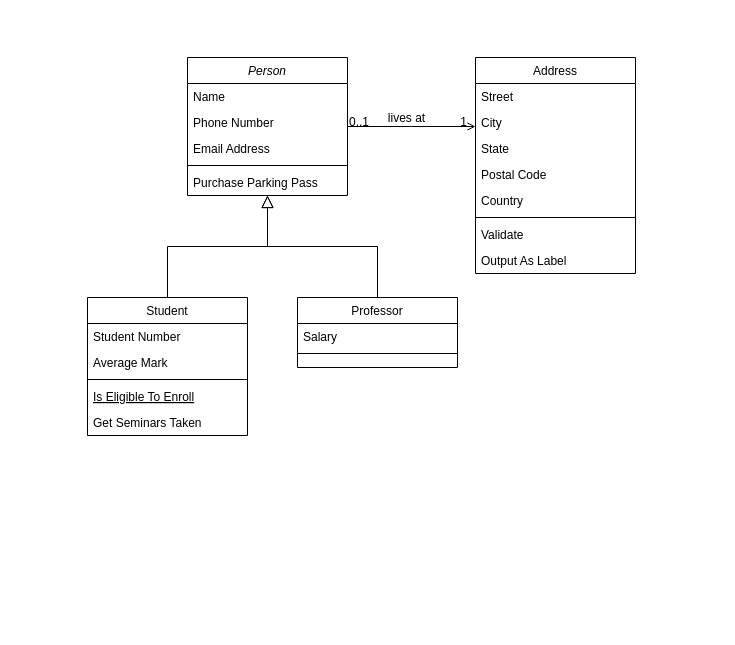
The draw.io diagram test01.drawio in zhoujinghui/default, before the edit. Source tidied: cells renumbered, new cells numbered last; positions are measured from the earlier drawing's top-left corner, leaving out a move shared by most shapes. Both pictures are drawn from the tidied source at 100%, with x=0, y=0 at pixel (87, 57).
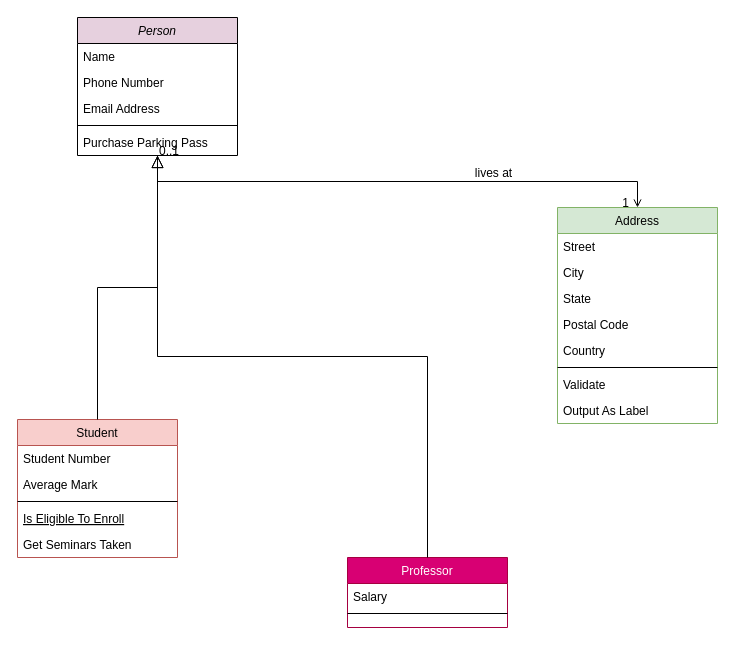
After the change.

Change to the diagram source:
```diff
@@
-    <mxCell id="2" value="Person" style="swimlane;fontStyle=2;align=center;verticalAlign=top;horizontal=1;startSize=26;rounded=0;shadow=0;strokeWidth=1;" parent="1" vertex="1">
-      <mxGeometry x="100" width="160" height="138" as="geometry" />
+    <mxCell id="2" value="Person" style="swimlane;fontStyle=2;align=center;verticalAlign=top;horizontal=1;startSize=26;rounded=0;shadow=0;strokeWidth=1;fillColor=#E6D0DE;" parent="1" vertex="1">
+      <mxGeometry x="-10" y="-40" width="160" height="138" as="geometry" />
     </mxCell>
@@
-    <mxCell id="8" value="Student" style="swimlane;fontStyle=0;align=center;verticalAlign=top;horizontal=1;startSize=26;rounded=0;shadow=0;strokeWidth=1;" parent="1" vertex="1">
-      <mxGeometry y="240" width="160" height="138" as="geometry" />
+    <mxCell id="8" value="Student" style="swimlane;fontStyle=0;align=center;verticalAlign=top;horizontal=1;startSize=26;rounded=0;shadow=0;strokeWidth=1;fillColor=#f8cecc;strokeColor=#b85450;" parent="1" vertex="1">
+      <mxGeometry x="-70" y="362" width="160" height="138" as="geometry" />
     </mxCell>
@@
-    <mxCell id="15" value="Professor" style="swimlane;fontStyle=0;align=center;verticalAlign=top;horizontal=1;startSize=26;rounded=0;shadow=0;strokeWidth=1;" parent="1" vertex="1">
-      <mxGeometry x="210" y="240" width="160" height="70" as="geometry" />
+    <mxCell id="15" value="Professor" style="swimlane;fontStyle=0;align=center;verticalAlign=top;horizontal=1;startSize=26;rounded=0;shadow=0;strokeWidth=1;fillColor=#d80073;strokeColor=#A50040;fontColor=#ffffff;" parent="1" vertex="1">
+      <mxGeometry x="260" y="500" width="160" height="70" as="geometry" />
     </mxCell>
@@
-    <mxCell id="19" value="Address" style="swimlane;fontStyle=0;align=center;verticalAlign=top;horizontal=1;startSize=26;rounded=0;shadow=0;strokeWidth=1;" parent="1" vertex="1">
-      <mxGeometry x="388" width="160" height="216" as="geometry" />
+    <mxCell id="19" value="Address" style="swimlane;fontStyle=0;align=center;verticalAlign=top;horizontal=1;startSize=26;rounded=0;shadow=0;strokeWidth=1;fillColor=#d5e8d4;strokeColor=#82b366;" parent="1" vertex="1">
+      <mxGeometry x="470" y="150" width="160" height="216" as="geometry" />
     </mxCell>
```
